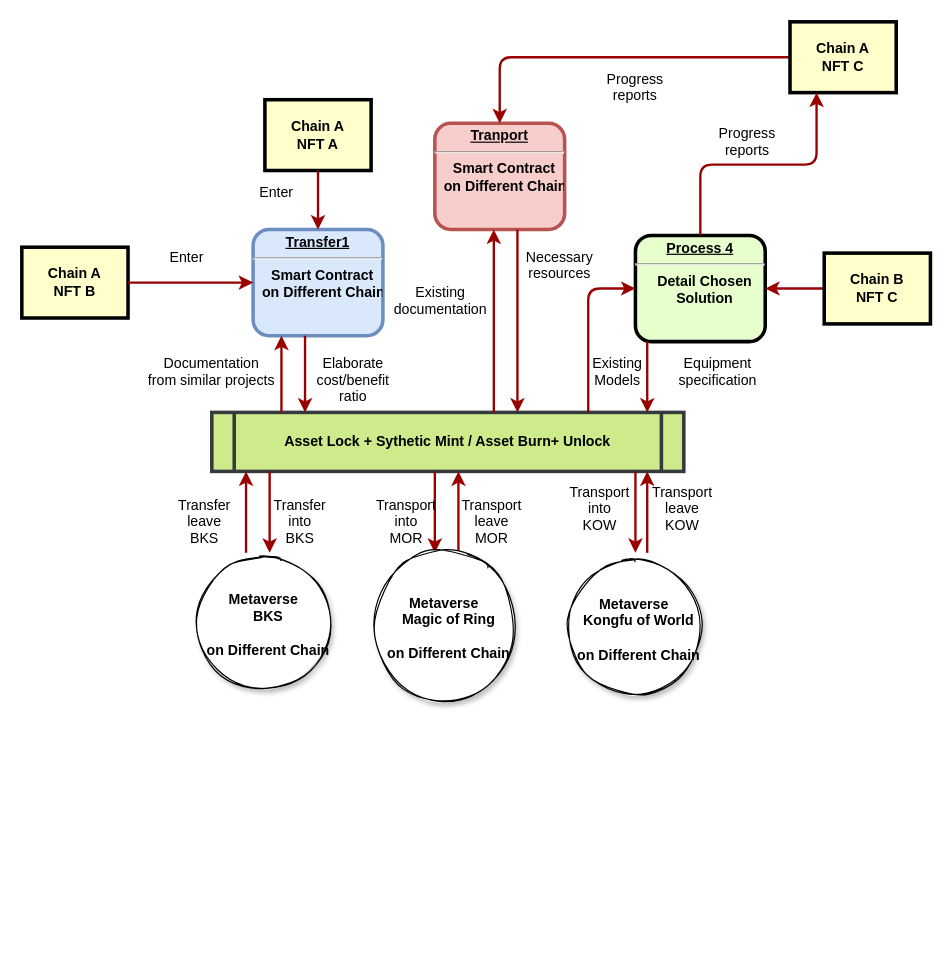
The draw.io diagram doc/Textverse-flow.drawio in twinsant/ethos, before the edit. Source tidied: cells renumbered, new cells numbered last; positions are measured from the earlier drawing's top-left corner, leaving out a move shared by most shapes. Both pictures are drawn from the tidied source at 118%, with x=0, y=0 at pixel (21, 21).
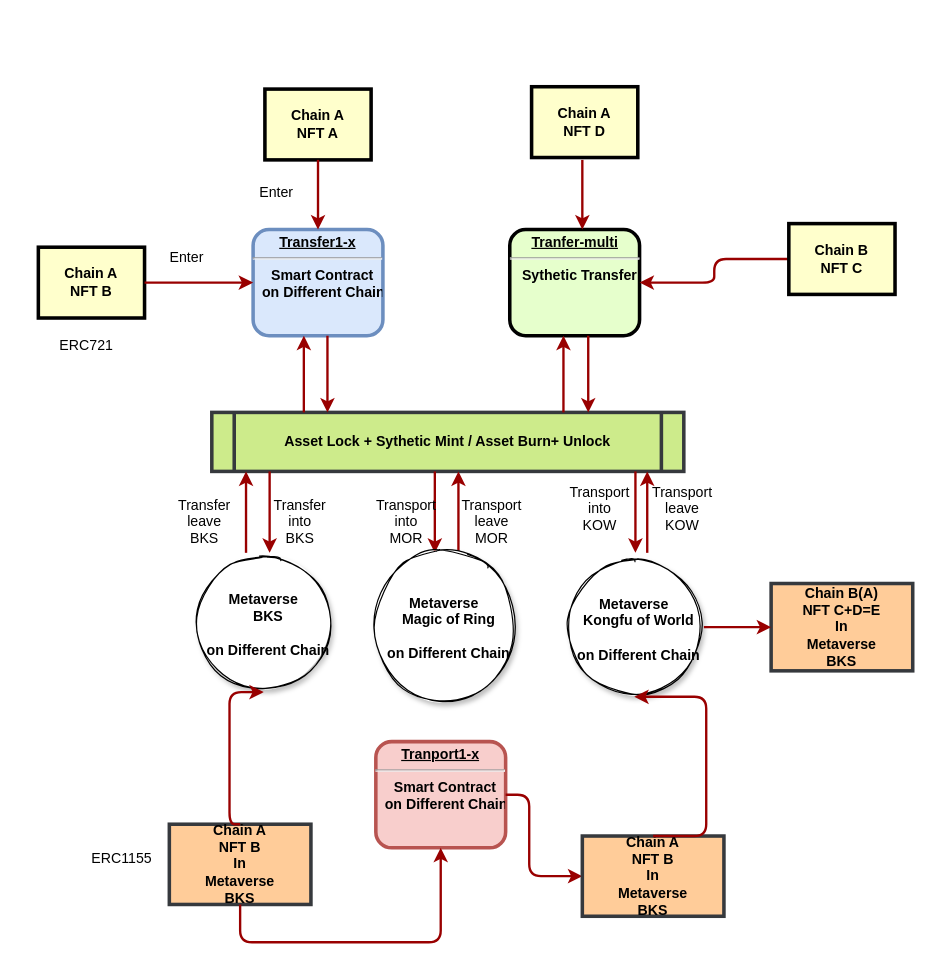
The same diagram, later.

The change refers to these unchanged cells:
```xml
<mxCell id="5" value="Asset Lock + Sythetic Mint / Asset Burn+ Unlock" style="shape=process;whiteSpace=wrap;align=center;verticalAlign=middle;size=0.0475;fontStyle=1;strokeWidth=3;fillColor=#cdeb8b;strokeColor=#36393d;" parent="1" vertex="1">
  <mxGeometry x="161" y="331" width="400" height="50" as="geometry" />
</mxCell>
<mxCell id="42" value="&lt;p style=&quot;font-weight: 700 ; margin: 4px 0px 0px&quot;&gt;&lt;strong&gt;Metaverse&lt;/strong&gt;&lt;/p&gt;&lt;p style=&quot;font-weight: 700 ; margin: 0px 0px 0px 8px&quot;&gt;BKS&lt;/p&gt;&lt;p style=&quot;font-weight: 700 ; margin: 0px 0px 0px 8px&quot;&gt;&lt;br&gt;&lt;/p&gt;&lt;p style=&quot;font-weight: 700 ; margin: 0px 0px 0px 8px&quot;&gt;on Different Chain&lt;/p&gt;" style="ellipse;whiteSpace=wrap;html=1;rounded=1;shadow=1;glass=0;sketch=1;" parent="1" vertex="1">
  <mxGeometry x="146" y="450" width="118" height="118" as="geometry" />
</mxCell>
<mxCell id="43" value="&lt;p style=&quot;font-weight: 700 ; margin: 4px 0px 0px&quot;&gt;&lt;strong&gt;Metaverse&lt;/strong&gt;&lt;/p&gt;&lt;p style=&quot;font-weight: 700 ; margin: 0px 0px 0px 8px&quot;&gt;Kongfu of World&lt;/p&gt;&lt;p style=&quot;font-weight: 700 ; margin: 0px 0px 0px 8px&quot;&gt;&lt;br&gt;&lt;/p&gt;&lt;p style=&quot;font-weight: 700 ; margin: 0px 0px 0px 8px&quot;&gt;on Different Chain&lt;/p&gt;" style="ellipse;whiteSpace=wrap;html=1;rounded=1;shadow=1;glass=0;sketch=1;" parent="1" vertex="1">
  <mxGeometry x="460" y="454" width="118" height="118" as="geometry" />
</mxCell>
```

Change to the diagram source:
```diff
@@
+    <mxCell id="46" value="Chain A&#10;NFT B&#10;In&#10;Metaverse&#10;BKS" style="whiteSpace=wrap;align=center;verticalAlign=middle;fontStyle=1;strokeWidth=3;fillColor=#ffcc99;strokeColor=#36393d;" parent="1" vertex="1">
+      <mxGeometry x="125" y="680" width="120" height="68" as="geometry" />
+    </mxCell>
-    <mxCell id="2" value="&lt;p style=&quot;margin: 0px ; margin-top: 4px ; text-align: center ; text-decoration: underline&quot;&gt;&lt;strong&gt;Transfer1&lt;br&gt;&lt;/strong&gt;&lt;/p&gt;&lt;hr&gt;&lt;p style=&quot;margin: 0px ; margin-left: 8px&quot;&gt;Smart Contract&lt;/p&gt;&lt;p style=&quot;margin: 0px ; margin-left: 8px&quot;&gt;on Different Chain&lt;/p&gt;&lt;p style=&quot;margin: 0px ; margin-left: 8px&quot;&gt;&lt;br&gt;&lt;/p&gt;" style="verticalAlign=middle;align=center;overflow=fill;fontSize=12;fontFamily=Helvetica;html=1;rounded=1;fontStyle=1;strokeWidth=3;fillColor=#dae8fc;strokeColor=#6c8ebf;" parent="1" vertex="1">
+    <mxCell id="2" value="&lt;p style=&quot;margin: 0px ; margin-top: 4px ; text-align: center ; text-decoration: underline&quot;&gt;&lt;strong&gt;Transfer1-x&lt;/strong&gt;&lt;/p&gt;&lt;hr&gt;&lt;p style=&quot;margin: 0px ; margin-left: 8px&quot;&gt;Smart Contract&lt;/p&gt;&lt;p style=&quot;margin: 0px ; margin-left: 8px&quot;&gt;on Different Chain&lt;/p&gt;&lt;p style=&quot;margin: 0px ; margin-left: 8px&quot;&gt;&lt;br&gt;&lt;/p&gt;" style="verticalAlign=middle;align=center;overflow=fill;fontSize=12;fontFamily=Helvetica;html=1;rounded=1;fontStyle=1;strokeWidth=3;fillColor=#dae8fc;strokeColor=#6c8ebf;" parent="1" vertex="1">
       <mxGeometry x="196" y="176" width="110" height="90" as="geometry" />
     </mxCell>
     <mxCell id="3" value="Chain A&#10;NFT A" style="whiteSpace=wrap;align=center;verticalAlign=middle;fontStyle=1;strokeWidth=3;fillColor=#FFFFCC;" parent="1" vertex="1">
-      <mxGeometry x="206" y="66" width="90" height="60" as="geometry" />
+      <mxGeometry x="206" y="57" width="90" height="60" as="geometry" />
     </mxCell>
     <mxCell id="4" value="Chain A&#10;NFT B" style="whiteSpace=wrap;align=center;verticalAlign=middle;fontStyle=1;strokeWidth=3;fillColor=#FFFFCC;" parent="1" vertex="1">
-      <mxGeometry y="191" width="90" height="60" as="geometry" />
+      <mxGeometry x="14" y="191" width="90" height="60" as="geometry" />
     </mxCell>
@@
-    <mxCell id="6" value="&lt;p style=&quot;margin: 0px ; margin-top: 4px ; text-align: center ; text-decoration: underline&quot;&gt;&lt;strong&gt;Tranport&lt;br&gt;&lt;/strong&gt;&lt;/p&gt;&lt;hr&gt;&lt;p style=&quot;margin: 0px 0px 0px 8px&quot;&gt;Smart Contract&lt;/p&gt;&lt;p style=&quot;margin: 0px 0px 0px 8px&quot;&gt;on Different Chain&lt;/p&gt;&lt;p style=&quot;margin: 0px 0px 0px 8px&quot;&gt;&lt;br&gt;&lt;/p&gt;" style="verticalAlign=middle;align=center;overflow=fill;fontSize=12;fontFamily=Helvetica;html=1;rounded=1;fontStyle=1;strokeWidth=3;fillColor=#f8cecc;strokeColor=#b85450;" parent="1" vertex="1">
-      <mxGeometry x="350" y="86" width="110" height="90" as="geometry" />
-    </mxCell>
-    <mxCell id="7" value="&lt;p style=&quot;margin: 0px; margin-top: 4px; text-align: center; text-decoration: underline;&quot;&gt;&lt;strong&gt;&lt;strong&gt;Process&lt;/strong&gt; 4&lt;br /&gt;&lt;/strong&gt;&lt;/p&gt;&lt;hr /&gt;&lt;p style=&quot;margin: 0px; margin-left: 8px;&quot;&gt;Detail Chosen&lt;/p&gt;&lt;p style=&quot;margin: 0px; margin-left: 8px;&quot;&gt;Solution&lt;/p&gt;" style="verticalAlign=middle;align=center;overflow=fill;fontSize=12;fontFamily=Helvetica;html=1;rounded=1;fontStyle=1;strokeWidth=3;fillColor=#E6FFCC;" parent="1" vertex="1">
-      <mxGeometry x="520" y="181" width="110" height="90" as="geometry" />
+    <mxCell id="7" value="&lt;p style=&quot;margin: 0px ; margin-top: 4px ; text-align: center ; text-decoration: underline&quot;&gt;&lt;strong&gt;Tranfer-multi&lt;/strong&gt;&lt;/p&gt;&lt;hr&gt;&lt;p style=&quot;margin: 0px ; margin-left: 8px&quot;&gt;Sythetic Transfer&lt;/p&gt;" style="verticalAlign=middle;align=center;overflow=fill;fontSize=12;fontFamily=Helvetica;html=1;rounded=1;fontStyle=1;strokeWidth=3;fillColor=#E6FFCC;" parent="1" vertex="1">
+      <mxGeometry x="413.5" y="176" width="110" height="90" as="geometry" />
     </mxCell>
-    <mxCell id="8" style="edgeStyle=orthogonalEdgeStyle;rounded=1;jettySize=auto;html=1;exitX=0;exitY=0.5;exitDx=0;exitDy=0;entryX=0.5;entryY=0;entryDx=0;entryDy=0;strokeColor=#990000;strokeWidth=2;" parent="1" edge="1" source="9" target="6">
-      <mxGeometry relative="1" as="geometry" />
-    </mxCell>
-    <mxCell id="9" value="Chain A&#10;NFT C" style="whiteSpace=wrap;align=center;verticalAlign=middle;fontStyle=1;strokeWidth=3;fillColor=#FFFFCC;" parent="1" vertex="1">
-      <mxGeometry x="651" width="90" height="60" as="geometry" />
-    </mxCell>
@@
     <mxCell id="11" value="Chain B&#10;NFT C" style="whiteSpace=wrap;align=center;verticalAlign=middle;fontStyle=1;strokeWidth=3;fillColor=#FFFFCC;" parent="1" vertex="1">
-      <mxGeometry x="680" y="196" width="90" height="60" as="geometry" />
+      <mxGeometry x="650" y="171" width="90" height="60" as="geometry" />
     </mxCell>
@@
-    <mxCell id="16" value="Documentation&#10;from similar projects" style="text;spacingTop=-5;align=center;" parent="1" vertex="1">
-      <mxGeometry x="146" y="281" width="30" height="20" as="geometry" />
-    </mxCell>
-    <mxCell id="17" style="edgeStyle=elbowEdgeStyle;elbow=horizontal;strokeColor=#990000;strokeWidth=2;" parent="1" edge="1" source="5" target="2">
+    <mxCell id="17" style="edgeStyle=elbowEdgeStyle;elbow=horizontal;strokeColor=#990000;strokeWidth=2;" parent="1" edge="1">
       <mxGeometry relative="1" as="geometry">
+        <mxPoint x="239" y="331" as="sourcePoint" />
+        <mxPoint x="239" y="266" as="targetPoint" />
         <Array as="points">
-          <mxPoint x="220" y="310" />
+          <mxPoint x="239" y="310" />
         </Array>
       </mxGeometry>
     </mxCell>
-    <mxCell id="18" style="edgeStyle=elbowEdgeStyle;elbow=horizontal;strokeColor=#990000;strokeWidth=2;" parent="1" edge="1" source="2" target="5">
+    <mxCell id="18" style="edgeStyle=elbowEdgeStyle;elbow=horizontal;strokeColor=#990000;strokeWidth=2;" parent="1" edge="1">
       <mxGeometry relative="1" as="geometry">
+        <mxPoint x="259" y="266" as="sourcePoint" />
+        <mxPoint x="259" y="331" as="targetPoint" />
         <Array as="points">
-          <mxPoint x="240" y="300" />
+          <mxPoint x="259" y="300" />
         </Array>
       </mxGeometry>
     </mxCell>
-    <mxCell id="19" value="Elaborate&#10;cost/benefit&#10;ratio" style="text;spacingTop=-5;align=center;" parent="1" vertex="1">
-      <mxGeometry x="266" y="281" width="30" height="20" as="geometry" />
-    </mxCell>
-    <mxCell id="20" style="edgeStyle=elbowEdgeStyle;elbow=horizontal;strokeColor=#990000;strokeWidth=2;" parent="1" edge="1" source="5" target="6">
-      <mxGeometry relative="1" as="geometry">
-        <Array as="points">
-          <mxPoint x="400" y="250" />
-        </Array>
-      </mxGeometry>
-    </mxCell>
-    <mxCell id="21" style="edgeStyle=elbowEdgeStyle;elbow=horizontal;strokeColor=#990000;strokeWidth=2;" parent="1" edge="1" source="6" target="5">
-      <mxGeometry relative="1" as="geometry">
-        <Array as="points">
-          <mxPoint x="420" y="260" />
-        </Array>
-      </mxGeometry>
-    </mxCell>
-    <mxCell id="22" value="Existing&#10;documentation" style="text;spacingTop=-5;align=center;" parent="1" vertex="1">
-      <mxGeometry x="340" y="221" width="30" height="20" as="geometry" />
-    </mxCell>
-    <mxCell id="23" value="Necessary&#10;resources" style="text;spacingTop=-5;align=center;" parent="1" vertex="1">
-      <mxGeometry x="441" y="191" width="30" height="20" as="geometry" />
-    </mxCell>
-    <mxCell id="24" value="Progress&#10;reports" style="text;spacingTop=-5;align=center;" parent="1" vertex="1">
-      <mxGeometry x="505" y="40" width="30" height="20" as="geometry" />
-    </mxCell>
-    <mxCell id="25" value="Progress&#10;reports" style="text;spacingTop=-5;align=center;" parent="1" vertex="1">
-      <mxGeometry x="600" y="86" width="30" height="20" as="geometry" />
-    </mxCell>
-    <mxCell id="26" style="edgeStyle=elbowEdgeStyle;elbow=vertical;entryX=0.25;entryY=1;strokeColor=#990000;strokeWidth=2;" parent="1" edge="1" source="7" target="9">
-      <mxGeometry relative="1" as="geometry" />
-    </mxCell>
-    <mxCell id="27" style="edgeStyle=elbowEdgeStyle;elbow=horizontal;strokeColor=#990000;strokeWidth=2;" parent="1" edge="1" source="7" target="5">
-      <mxGeometry relative="1" as="geometry">
-        <Array as="points">
-          <mxPoint x="530" y="300" />
-        </Array>
-      </mxGeometry>
-    </mxCell>
-    <mxCell id="28" style="edgeStyle=segmentEdgeStyle;strokeColor=#990000;strokeWidth=2;" parent="1" edge="1" source="5" target="7">
-      <mxGeometry relative="1" as="geometry">
-        <Array as="points">
-          <mxPoint x="480" y="226" />
-        </Array>
-      </mxGeometry>
-    </mxCell>
-    <mxCell id="29" value="Existing&#10;Models" style="text;spacingTop=-5;align=center;" parent="1" vertex="1">
-      <mxGeometry x="490" y="281" width="30" height="20" as="geometry" />
-    </mxCell>
-    <mxCell id="30" value="Equipment&#10;specification" style="text;spacingTop=-5;align=center;" parent="1" vertex="1">
-      <mxGeometry x="575" y="281" width="30" height="20" as="geometry" />
-    </mxCell>
@@
+    <mxCell id="47" value="&lt;p style=&quot;margin: 0px ; margin-top: 4px ; text-align: center ; text-decoration: underline&quot;&gt;&lt;strong&gt;Tranport1-x&lt;/strong&gt;&lt;/p&gt;&lt;hr&gt;&lt;p style=&quot;margin: 0px 0px 0px 8px&quot;&gt;Smart Contract&lt;/p&gt;&lt;p style=&quot;margin: 0px 0px 0px 8px&quot;&gt;on Different Chain&lt;/p&gt;&lt;p style=&quot;margin: 0px 0px 0px 8px&quot;&gt;&lt;br&gt;&lt;/p&gt;" style="verticalAlign=middle;align=center;overflow=fill;fontSize=12;fontFamily=Helvetica;html=1;rounded=1;fontStyle=1;strokeWidth=3;fillColor=#f8cecc;strokeColor=#b85450;" parent="1" vertex="1">
+      <mxGeometry x="300" y="610" width="110" height="90" as="geometry" />
+    </mxCell>
+    <mxCell id="48" style="edgeStyle=elbowEdgeStyle;elbow=horizontal;strokeColor=#990000;strokeWidth=2;entryX=0.5;entryY=1;entryDx=0;entryDy=0;exitX=0.5;exitY=0;exitDx=0;exitDy=0;" parent="1" edge="1" source="46" target="42">
+      <mxGeometry relative="1" as="geometry">
+        <Array as="points">
+          <mxPoint x="176" y="667" />
+        </Array>
+      </mxGeometry>
+    </mxCell>
+    <mxCell id="49" style="edgeStyle=elbowEdgeStyle;elbow=horizontal;strokeColor=#990000;strokeWidth=2;entryX=0.5;entryY=1;entryDx=0;entryDy=0;exitX=0.5;exitY=1;exitDx=0;exitDy=0;" parent="1" edge="1" source="46" target="47">
+      <mxGeometry relative="1" as="geometry">
+        <Array as="points">
+          <mxPoint x="270" y="780" />
+          <mxPoint x="360" y="740" />
+        </Array>
+      </mxGeometry>
+    </mxCell>
+    <mxCell id="50" style="edgeStyle=elbowEdgeStyle;elbow=horizontal;strokeColor=#990000;strokeWidth=2;exitX=1;exitY=0.5;exitDx=0;exitDy=0;entryX=0;entryY=0.5;entryDx=0;entryDy=0;" parent="1" edge="1" source="47" target="51">
+      <mxGeometry relative="1" as="geometry">
+        <Array as="points">
+          <mxPoint x="430" y="730" />
+        </Array>
+      </mxGeometry>
+    </mxCell>
+    <mxCell id="51" value="Chain A&#10;NFT B&#10;In&#10;Metaverse&#10;BKS" style="whiteSpace=wrap;align=center;verticalAlign=middle;fontStyle=1;strokeWidth=3;fillColor=#ffcc99;strokeColor=#36393d;" parent="1" vertex="1">
+      <mxGeometry x="475" y="690" width="120" height="68" as="geometry" />
+    </mxCell>
+    <mxCell id="52" style="edgeStyle=elbowEdgeStyle;elbow=horizontal;strokeColor=#990000;strokeWidth=2;exitX=0.5;exitY=0;exitDx=0;exitDy=0;entryX=0.5;entryY=1;entryDx=0;entryDy=0;" parent="1" edge="1" source="51" target="43">
+      <mxGeometry relative="1" as="geometry">
+        <Array as="points">
+          <mxPoint x="580" y="630" />
+        </Array>
+      </mxGeometry>
+    </mxCell>
+    <mxCell id="53" value="Chain A&#10;NFT D" style="whiteSpace=wrap;align=center;verticalAlign=middle;fontStyle=1;strokeWidth=3;fillColor=#FFFFCC;" parent="1" vertex="1">
+      <mxGeometry x="432" y="55" width="90" height="60" as="geometry" />
+    </mxCell>
+    <mxCell id="54" style="edgeStyle=elbowEdgeStyle;elbow=horizontal;strokeColor=#990000;strokeWidth=2;" parent="1" edge="1">
+      <mxGeometry relative="1" as="geometry">
+        <mxPoint x="459" y="331" as="sourcePoint" />
+        <mxPoint x="459" y="266" as="targetPoint" />
+        <Array as="points">
+          <mxPoint x="459" y="310" />
+        </Array>
+      </mxGeometry>
+    </mxCell>
+    <mxCell id="55" style="edgeStyle=elbowEdgeStyle;elbow=horizontal;strokeColor=#990000;strokeWidth=2;" parent="1" edge="1">
+      <mxGeometry relative="1" as="geometry">
+        <mxPoint x="480" y="266" as="sourcePoint" />
+        <mxPoint x="480" y="331" as="targetPoint" />
+        <Array as="points">
+          <mxPoint x="480" y="300" />
+        </Array>
+      </mxGeometry>
+    </mxCell>
+    <mxCell id="56" style="edgeStyle=none;noEdgeStyle=1;strokeColor=#990000;strokeWidth=2;" parent="1" edge="1">
+      <mxGeometry relative="1" as="geometry">
+        <mxPoint x="475" y="117" as="sourcePoint" />
+        <mxPoint x="475" y="176" as="targetPoint" />
+      </mxGeometry>
+    </mxCell>
+    <mxCell id="57" value="Chain B(A)&#10;NFT C+D=E&#10;In&#10;Metaverse&#10;BKS" style="whiteSpace=wrap;align=center;verticalAlign=middle;fontStyle=1;strokeWidth=3;fillColor=#ffcc99;strokeColor=#36393d;" parent="1" vertex="1">
+      <mxGeometry x="635" y="476" width="120" height="74" as="geometry" />
+    </mxCell>
+    <mxCell id="58" style="edgeStyle=elbowEdgeStyle;elbow=horizontal;strokeColor=#990000;strokeWidth=2;exitX=1;exitY=0.5;exitDx=0;exitDy=0;entryX=0;entryY=0.5;entryDx=0;entryDy=0;" parent="1" edge="1" source="43" target="57">
+      <mxGeometry relative="1" as="geometry">
+        <Array as="points">
+          <mxPoint x="610" y="500" />
+        </Array>
+      </mxGeometry>
+    </mxCell>
+    <mxCell id="59" value="ERC721" style="text;spacingTop=-5;align=center;" parent="1" vertex="1">
+      <mxGeometry x="40" y="266" width="30" height="20" as="geometry" />
+    </mxCell>
+    <mxCell id="60" value="ERC1155" style="text;spacingTop=-5;align=center;" parent="1" vertex="1">
+      <mxGeometry x="70" y="700" width="30" height="20" as="geometry" />
+    </mxCell>
```
